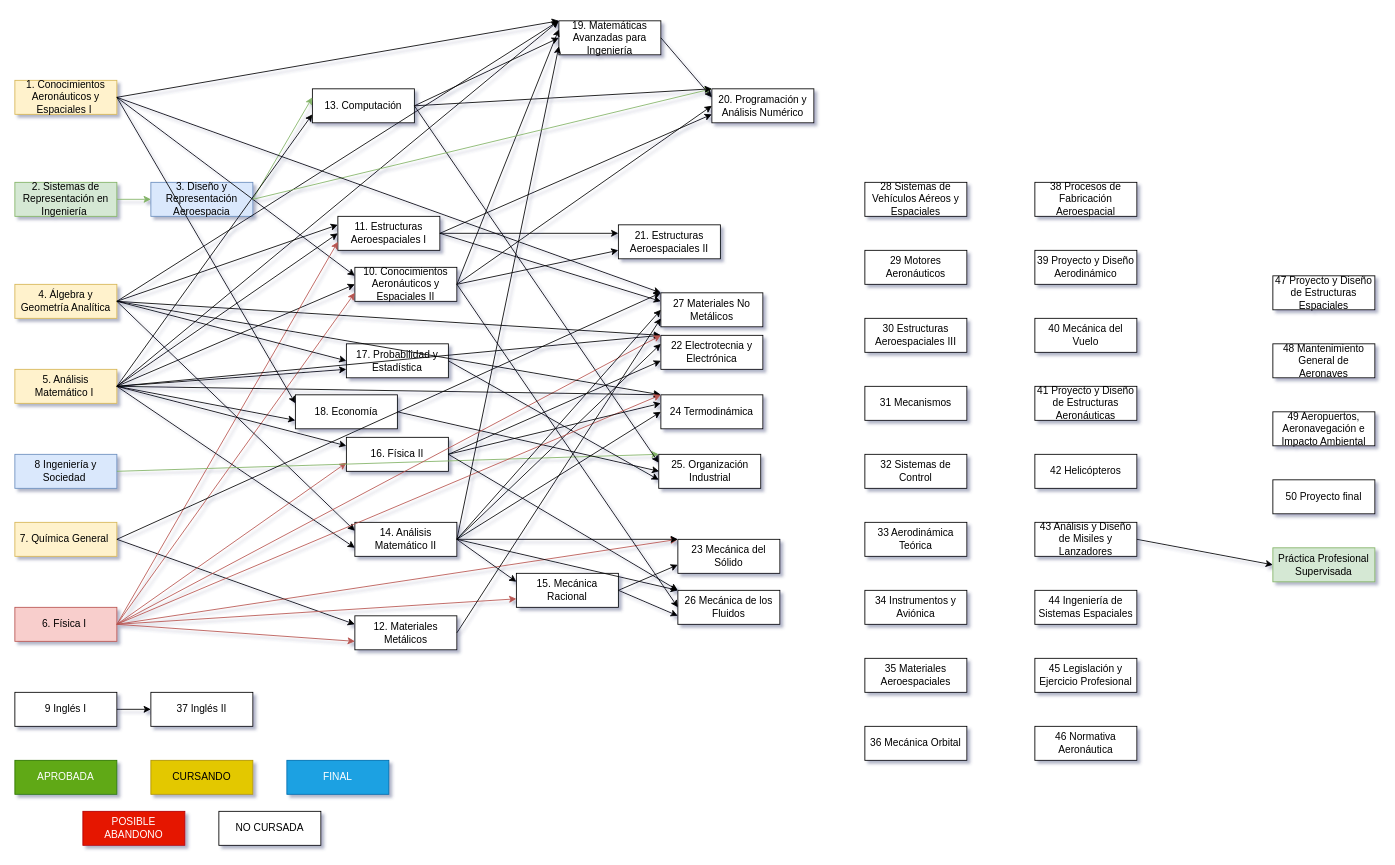
This is Untitled Diagram.drawio from Estebanp2005/correlativasAeroUTN, a draw.io file, before an edit. Source tidied: cells renumbered, new cells numbered last; positions are measured from the earlier drawing's top-left corner, leaving out a move shared by most shapes. Both pictures are drawn from the tidied source at 85%, with x=0, y=0 at pixel (14, 20).
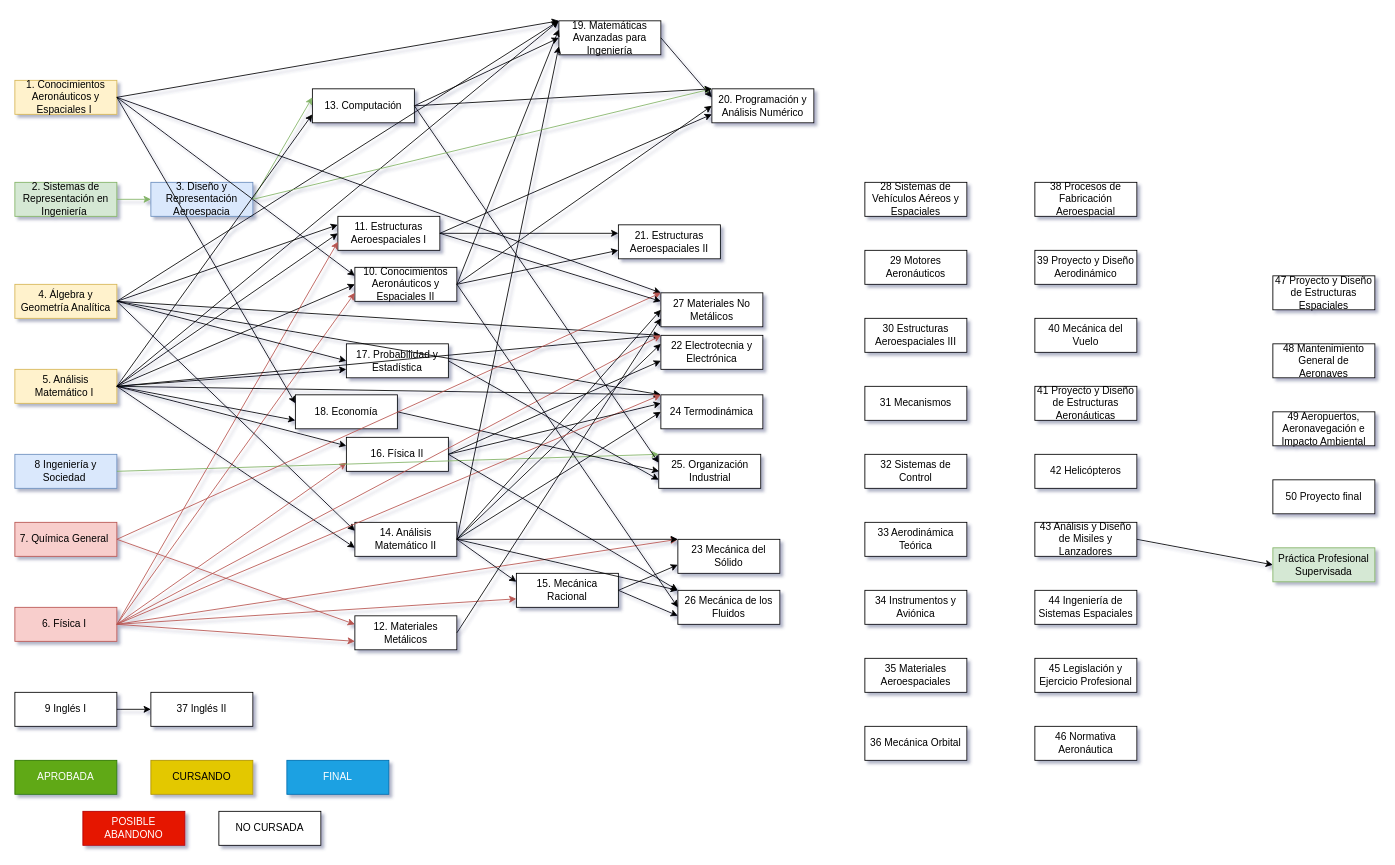
The same diagram, later.

The change refers to these unchanged cells:
```xml
<mxCell id="20" value="12. Materiales Metálicos " style="rounded=0;whiteSpace=wrap;html=1;" parent="1" vertex="1">
  <mxGeometry x="400" y="700" width="120" height="40" as="geometry" />
</mxCell>
<mxCell id="54" value="27 Materiales No Metálicos " style="rounded=0;whiteSpace=wrap;html=1;" parent="1" vertex="1">
  <mxGeometry x="760" y="320" width="120" height="40" as="geometry" />
</mxCell>
```

Diff of the diagram source:
```diff
@@
-    <mxCell id="8" value="7. Química General&amp;nbsp;" style="rounded=0;whiteSpace=wrap;html=1;fillColor=#fff2cc;strokeColor=#d6b656;" parent="1" vertex="1">
+    <mxCell id="8" value="7. Química General&amp;nbsp;" style="rounded=0;whiteSpace=wrap;html=1;fillColor=#f8cecc;strokeColor=#b85450;" parent="1" vertex="1">
       <mxGeometry y="590" width="120" height="40" as="geometry" />
     </mxCell>
@@
-    <mxCell id="26" style="endArrow=classic;html=1;rounded=0;exitX=1;exitY=0.5;exitDx=0;exitDy=0;entryX=0;entryY=0.25;entryDx=0;entryDy=0;" parent="1" edge="1" source="8" target="20">
+    <mxCell id="26" style="endArrow=classic;html=1;rounded=0;exitX=1;exitY=0.5;exitDx=0;exitDy=0;entryX=0;entryY=0.25;entryDx=0;entryDy=0;fillColor=#f8cecc;strokeColor=#b85450;" parent="1" edge="1" source="8" target="20">
       <mxGeometry relative="1" as="geometry" />
     </mxCell>
@@
-    <mxCell id="92" style="endArrow=classic;html=1;rounded=0;exitX=1;exitY=0.5;exitDx=0;exitDy=0;entryX=0;entryY=0;entryDx=0;entryDy=0;" parent="1" edge="1" source="8" target="54">
+    <mxCell id="92" style="endArrow=classic;html=1;rounded=0;exitX=1;exitY=0.5;exitDx=0;exitDy=0;entryX=0;entryY=0;entryDx=0;entryDy=0;fillColor=#f8cecc;strokeColor=#b85450;" parent="1" edge="1" source="8" target="54">
       <mxGeometry relative="1" as="geometry" />
     </mxCell>
```
